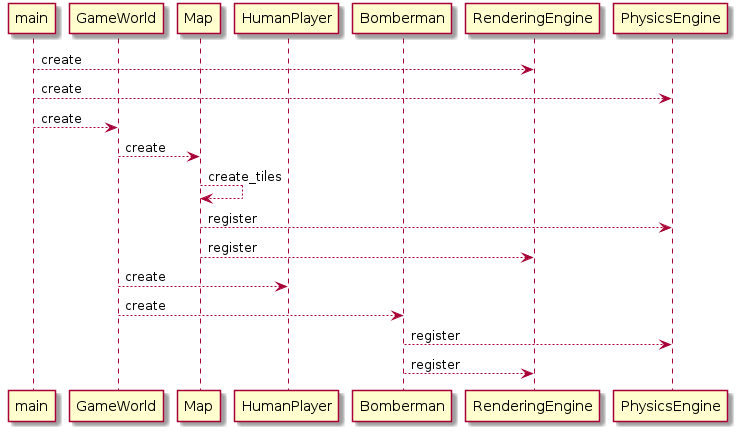
This is docs/img/UC_1_1.png from NadzwyczajnaGrupaRobocza/bomberman, a PlantUML export, as it was before one commit.
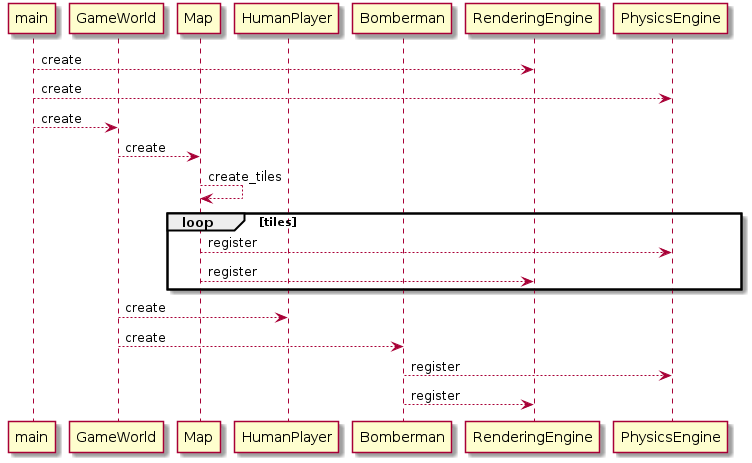
The same file after the commit.

Commit message:
registartion should be done in loop for each tile

What changed in the source:
```diff
@@ -14,8 +14,11 @@
 main --> GameWorld : create
 GameWorld --> Map : create
 Map --> Map : create_tiles
-Map --> PhysicsEngine : register
-Map --> RenderingEngine : register
+
+loop tiles
+  Map --> PhysicsEngine : register
+  Map --> RenderingEngine : register
+end
 
 GameWorld --> HumanPlayer : create
 GameWorld --> Bomberman : create
```
